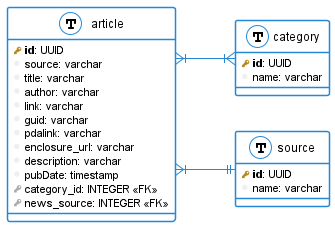
MENERGO/DE_project_1 keeps this PlantUML diagram as architecture/images/schema.png. Above is the earlier version. Source of this version:
```plantuml
@startuml

left to right direction
skinparam roundcorner 5
skinparam linetype ortho
skinparam shadowing false
skinparam handwritten false

skinparam class {
    BackgroundColor white
    ArrowColor #2688d4
    BorderColor #2688d4
}

!define primary_key(x) <b><color:#b8861b><&key></color> x</b>
!define foreign_key(x) <color:#aaaaaa><&key></color> x
!define column(x) <color:#efefef><&media-record></color> x
!define table(x) entity x << (T, white) >>

table( article ) {
  primary_key( id ): UUID
  column( source ): varchar
  column( title ): varchar
  column( author ): varchar
  column( link ): varchar
  column( guid ): varchar
  column( pdalink ): varchar
  column( enclosure_url ): varchar
  column( description ): varchar
  column( pubDate ): timestamp
  foreign_key( category_id ): INTEGER <<FK>>
  foreign_key( news_source ): INTEGER <<FK>>
}
table( category ) {
  primary_key( id ): UUID
  column( name ): varchar
}
table( source ) {
  primary_key( id ): UUID
  column( name ): varchar
}
article }|--|{ category
article }|--|| source
@enduml
```
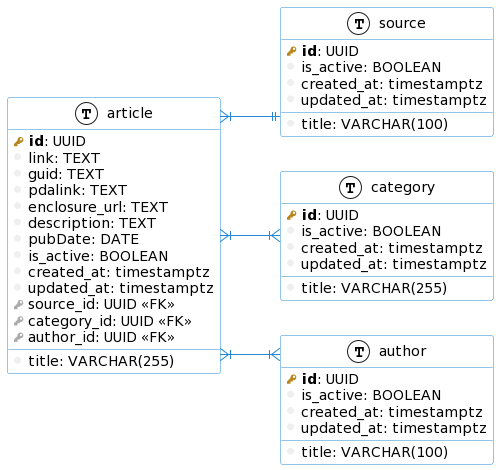
After the change.

Diff of the diagram source:
```diff
@@ -1,5 +1,4 @@
 @startuml
-
 left to right direction
 skinparam roundcorner 5
 skinparam linetype ortho
@@ -19,26 +18,42 @@
 
 table( article ) {
   primary_key( id ): UUID
-  column( source ): varchar
-  column( title ): varchar
-  column( author ): varchar
-  column( link ): varchar
-  column( guid ): varchar
-  column( pdalink ): varchar
-  column( enclosure_url ): varchar
-  column( description ): varchar
-  column( pubDate ): timestamp
-  foreign_key( category_id ): INTEGER <<FK>>
-  foreign_key( news_source ): INTEGER <<FK>>
+  column( title ): VARCHAR(255)
+  column( link ): TEXT
+  column( guid ): TEXT
+  column( pdalink ): TEXT
+  column( enclosure_url ): TEXT
+  column( description ): TEXT
+  column( pubDate ): DATE
+  column( is_active ): BOOLEAN
+  column( created_at ): timestamptz
+  column( updated_at ): timestamptz
+  foreign_key( source_id ): UUID <<FK>>
+  foreign_key( category_id ): UUID <<FK>>
+  foreign_key( author_id ): UUID <<FK>>
+}
+table( source ) {
+  primary_key( id ): UUID
+  column( title ): VARCHAR(100)
+  column( is_active ): BOOLEAN
+  column( created_at ): timestamptz
+  column( updated_at ): timestamptz
 }
 table( category ) {
   primary_key( id ): UUID
-  column( name ): varchar
+  column( title ): VARCHAR(255)
+  column( is_active ): BOOLEAN
+  column( created_at ): timestamptz
+  column( updated_at ): timestamptz
 }
-table( source ) {
+table( author ) {
   primary_key( id ): UUID
-  column( name ): varchar
+  column( title ): VARCHAR(100)
+  column( is_active ): BOOLEAN
+  column( created_at ): timestamptz
+  column( updated_at ): timestamptz
 }
+article }|--|| source
+article }|--|{ author
 article }|--|{ category
-article }|--|| source
 @enduml
```
